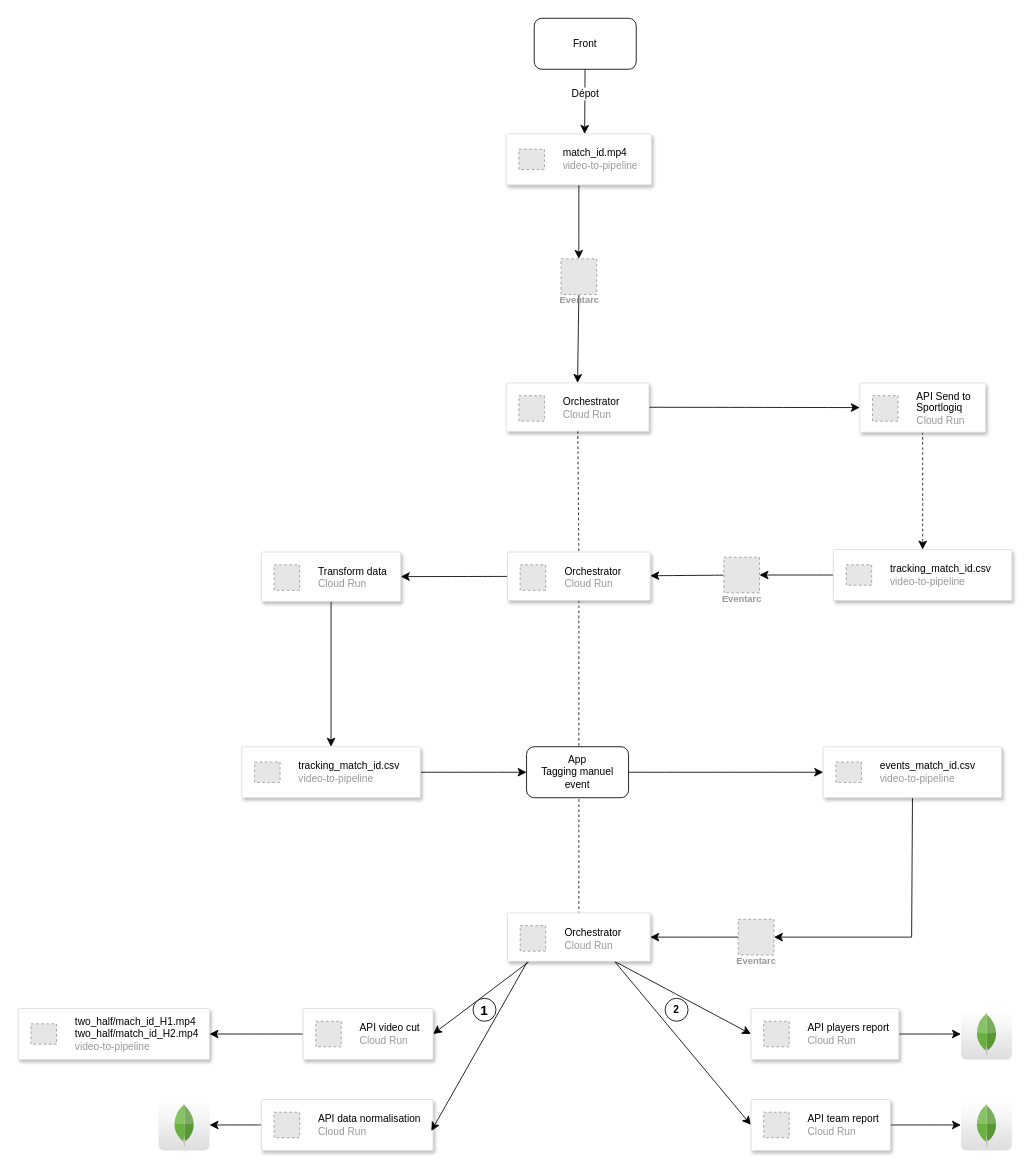
Earlier version of the draw.io diagram page "Sportlogiq tracking" (2 of 3) of Untitled Diagram.drawio (clairesecehDS/logo). Source tidied: cells renumbered, new cells numbered last; positions are measured from the earlier drawing's top-left corner, leaving out a move shared by most shapes. Both pictures are drawn from the tidied source at 85%, with x=0, y=0 at pixel (18, 18). Pictures stored in the file or linked from it are replaced by grey dashed boxes.
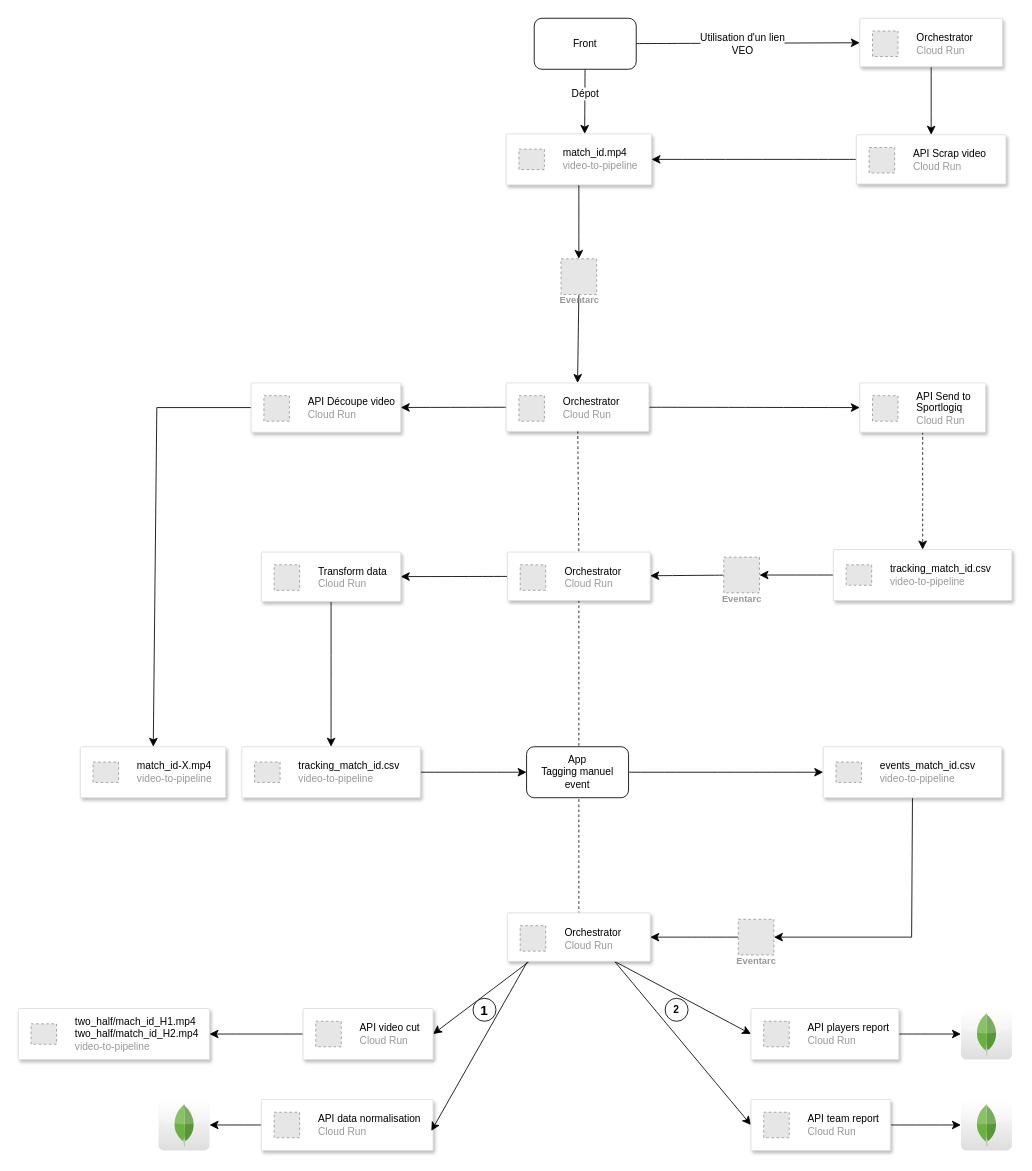
Above is the later version.

The change refers to these unchanged cells:
```xml
<mxCell id="4" value="Front" style="rounded=1;whiteSpace=wrap;html=1;" parent="1" vertex="1">
  <mxGeometry x="607" width="120" height="60" as="geometry" />
</mxCell>
<mxCell id="6" style="strokeColor=#dddddd;shadow=1;strokeWidth=1;rounded=1;absoluteArcSize=1;arcSize=2;" parent="1" vertex="1">
  <mxGeometry x="574" y="136" width="171" height="60" as="geometry" />
</mxCell>
<mxCell id="46" style="strokeColor=#dddddd;shadow=1;strokeWidth=1;rounded=1;absoluteArcSize=1;arcSize=2;" parent="1" vertex="1">
  <mxGeometry x="574" y="429" width="168" height="57" as="geometry" />
</mxCell>
```

Change to the diagram source:
```diff
@@
+    <mxCell id="64" style="edgeStyle=none;curved=1;rounded=0;jettySize=auto;html=1;fontSize=12;startSize=8;endSize=8;" parent="1" edge="1" source="46" target="74">
+      <mxGeometry relative="1" as="geometry" />
+    </mxCell>
@@
+    <mxCell id="65" style="edgeStyle=none;curved=1;rounded=0;jettySize=auto;html=1;fontSize=12;startSize=8;endSize=8;" parent="1" edge="1" source="4" target="68">
+      <mxGeometry relative="1" as="geometry" />
+    </mxCell>
+    <mxCell id="66" value="&lt;div&gt;Utilisation d'un lien&lt;/div&gt;&lt;div&gt;VEO&lt;br&gt;&lt;/div&gt;" style="edgeLabel;html=1;align=center;verticalAlign=middle;fontSize=12;" parent="65" vertex="1">
+      <mxGeometry x="0.15" y="-2" relative="1" as="geometry">
+        <mxPoint x="-27" y="-2" as="offset" />
+      </mxGeometry>
+    </mxCell>
+    <mxCell id="67" style="edgeStyle=none;curved=1;rounded=0;jettySize=auto;html=1;entryX=0.5;entryY=0;entryDx=0;entryDy=0;fontSize=12;startSize=8;endSize=8;" parent="1" edge="1" source="68" target="71">
+      <mxGeometry relative="1" as="geometry" />
+    </mxCell>
+    <mxCell id="68" style="strokeColor=#dddddd;shadow=1;strokeWidth=1;rounded=1;absoluteArcSize=1;arcSize=2;" parent="1" vertex="1">
+      <mxGeometry x="990" width="168" height="57" as="geometry" />
+    </mxCell>
+    <mxCell id="69" value="&lt;font color=&quot;#000000&quot;&gt;Orchestrator&lt;/font&gt;&lt;br&gt;Cloud Run" style="fillColor=#E6E6E6;strokeColor=#999999;dashed=1;html=1;fontColor=#999999;verticalLabelPosition=middle;verticalAlign=middle;labelPosition=right;align=left;spacingLeft=20;" parent="68" vertex="1">
+      <mxGeometry width="30" height="30" relative="1" as="geometry">
+        <mxPoint x="15" y="15" as="offset" />
+      </mxGeometry>
+    </mxCell>
+    <mxCell id="70" style="edgeStyle=none;curved=1;rounded=0;jettySize=auto;html=1;fontSize=12;startSize=8;endSize=8;entryX=1;entryY=0.5;entryDx=0;entryDy=0;" parent="1" edge="1" source="71" target="6">
+      <mxGeometry relative="1" as="geometry" />
+    </mxCell>
+    <mxCell id="71" style="strokeColor=#dddddd;shadow=1;strokeWidth=1;rounded=1;absoluteArcSize=1;arcSize=2;" parent="1" vertex="1">
+      <mxGeometry x="986" y="137" width="176" height="58" as="geometry" />
+    </mxCell>
+    <mxCell id="72" value="&lt;div&gt;&lt;font color=&quot;#000000&quot;&gt;API Scrap video&lt;br&gt;&lt;/font&gt;&lt;/div&gt;&lt;div&gt;Cloud Run&lt;/div&gt;" style="fillColor=#E6E6E6;strokeColor=#999999;dashed=1;html=1;fontColor=#999999;verticalLabelPosition=middle;verticalAlign=middle;labelPosition=right;align=left;spacingLeft=20;" parent="71" vertex="1">
+      <mxGeometry width="30" height="30" relative="1" as="geometry">
+        <mxPoint x="15" y="15" as="offset" />
+      </mxGeometry>
+    </mxCell>
+    <mxCell id="73" style="edgeStyle=none;curved=0;rounded=0;jettySize=auto;html=1;fontSize=12;startSize=8;endSize=8;exitX=0;exitY=0.5;exitDx=0;exitDy=0;" parent="1" edge="1" source="74" target="76">
+      <mxGeometry relative="1" as="geometry">
+        <Array as="points">
+          <mxPoint x="163" y="458" />
+        </Array>
+      </mxGeometry>
+    </mxCell>
+    <mxCell id="74" style="strokeColor=#dddddd;shadow=1;strokeWidth=1;rounded=1;absoluteArcSize=1;arcSize=2;" parent="1" vertex="1">
+      <mxGeometry x="274" y="429" width="176" height="58" as="geometry" />
+    </mxCell>
+    <mxCell id="75" value="&lt;div&gt;&lt;font color=&quot;#000000&quot;&gt;API Découpe video&lt;br&gt;&lt;/font&gt;&lt;/div&gt;&lt;div&gt;Cloud Run&lt;/div&gt;" style="fillColor=#E6E6E6;strokeColor=#999999;dashed=1;html=1;fontColor=#999999;verticalLabelPosition=middle;verticalAlign=middle;labelPosition=right;align=left;spacingLeft=20;" parent="74" vertex="1">
+      <mxGeometry width="30" height="30" relative="1" as="geometry">
+        <mxPoint x="15" y="15" as="offset" />
+      </mxGeometry>
+    </mxCell>
+    <mxCell id="76" style="strokeColor=#dddddd;shadow=1;strokeWidth=1;rounded=1;absoluteArcSize=1;arcSize=2;" parent="1" vertex="1">
+      <mxGeometry x="73" y="857" width="171" height="60" as="geometry" />
+    </mxCell>
+    <mxCell id="77" value="&lt;font color=&quot;#000000&quot;&gt;match_id-X.mp4&lt;/font&gt;&lt;br&gt;video-to-pipeline" style="fillColor=#E6E6E6;strokeColor=#999999;dashed=1;html=1;fontColor=#999999;verticalLabelPosition=middle;verticalAlign=middle;labelPosition=right;align=left;spacingLeft=20;" parent="76" vertex="1">
+      <mxGeometry width="30" height="24" relative="1" as="geometry">
+        <mxPoint x="15" y="18" as="offset" />
+      </mxGeometry>
+    </mxCell>
```
